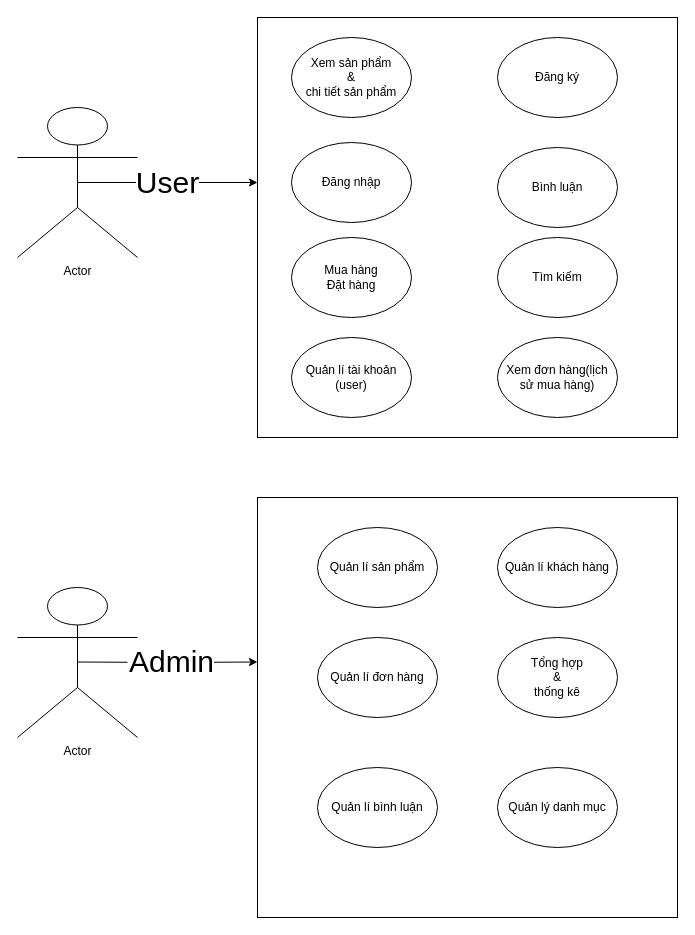
KhoantenKhoan/Team5 keeps this draw.io diagram as case.drawio. Above is the earlier version. Source tidied: cells renumbered, new cells numbered last; positions are measured from the earlier drawing's top-left corner, leaving out a move shared by most shapes. Both pictures are drawn from the tidied source at 100%, with x=0, y=0 at pixel (17, 17).
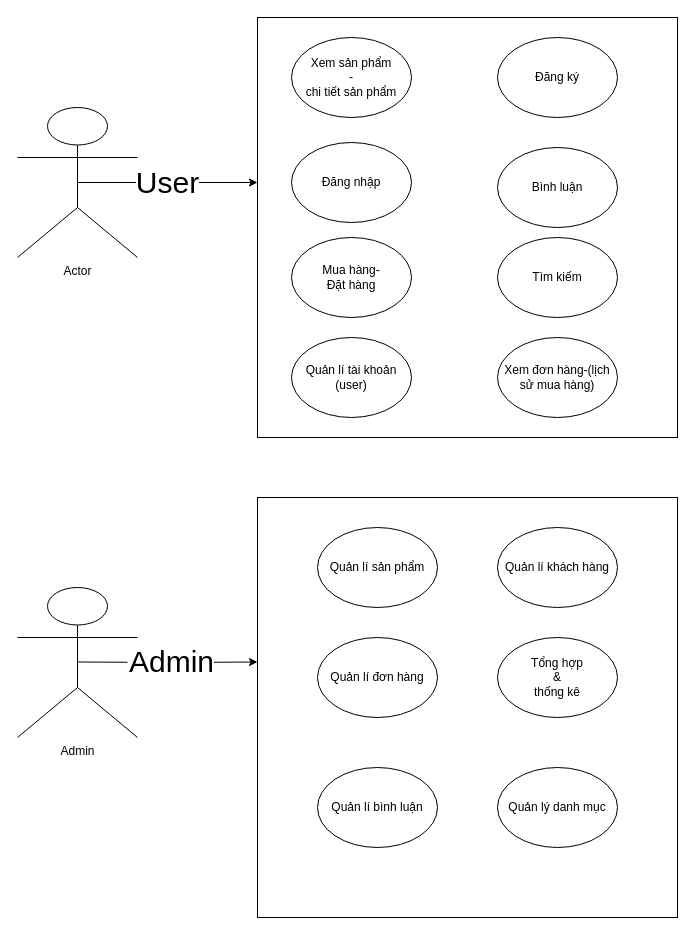
The same page after the edit.

Diff of the diagram source:
```diff
@@
-    <mxCell id="3" value="Actor" style="shape=umlActor;verticalLabelPosition=bottom;verticalAlign=top;html=1;" parent="1" vertex="1">
+    <mxCell id="3" value="Admin" style="shape=umlActor;verticalLabelPosition=bottom;verticalAlign=top;html=1;" parent="1" vertex="1">
       <mxGeometry y="570" width="120" height="150" as="geometry" />
     </mxCell>
@@
-    <mxCell id="8" value="Xem sản phẩm&lt;br&gt;&amp;amp;&lt;br&gt;chi tiết sản phẩm" style="ellipse;whiteSpace=wrap;html=1;" parent="1" vertex="1">
+    <mxCell id="8" value="Xem sản phẩm&lt;br&gt;-&lt;br&gt;chi tiết sản phẩm" style="ellipse;whiteSpace=wrap;html=1;" parent="1" vertex="1">
       <mxGeometry x="274" y="20" width="120" height="80" as="geometry" />
     </mxCell>
@@
-    <mxCell id="10" value="Mua hàng&lt;br&gt;Đặt hàng" style="ellipse;whiteSpace=wrap;html=1;" parent="1" vertex="1">
+    <mxCell id="10" value="Mua hàng-&lt;br&gt;Đặt hàng" style="ellipse;whiteSpace=wrap;html=1;" parent="1" vertex="1">
       <mxGeometry x="274" y="220" width="120" height="80" as="geometry" />
     </mxCell>
@@
-    <mxCell id="15" value="Xem đơn hàng(lịch sử mua hàng)" style="ellipse;whiteSpace=wrap;html=1;" parent="1" vertex="1">
+    <mxCell id="15" value="Xem đơn hàng-(lịch sử mua hàng)" style="ellipse;whiteSpace=wrap;html=1;" parent="1" vertex="1">
       <mxGeometry x="480" y="320" width="120" height="80" as="geometry" />
     </mxCell>
```
